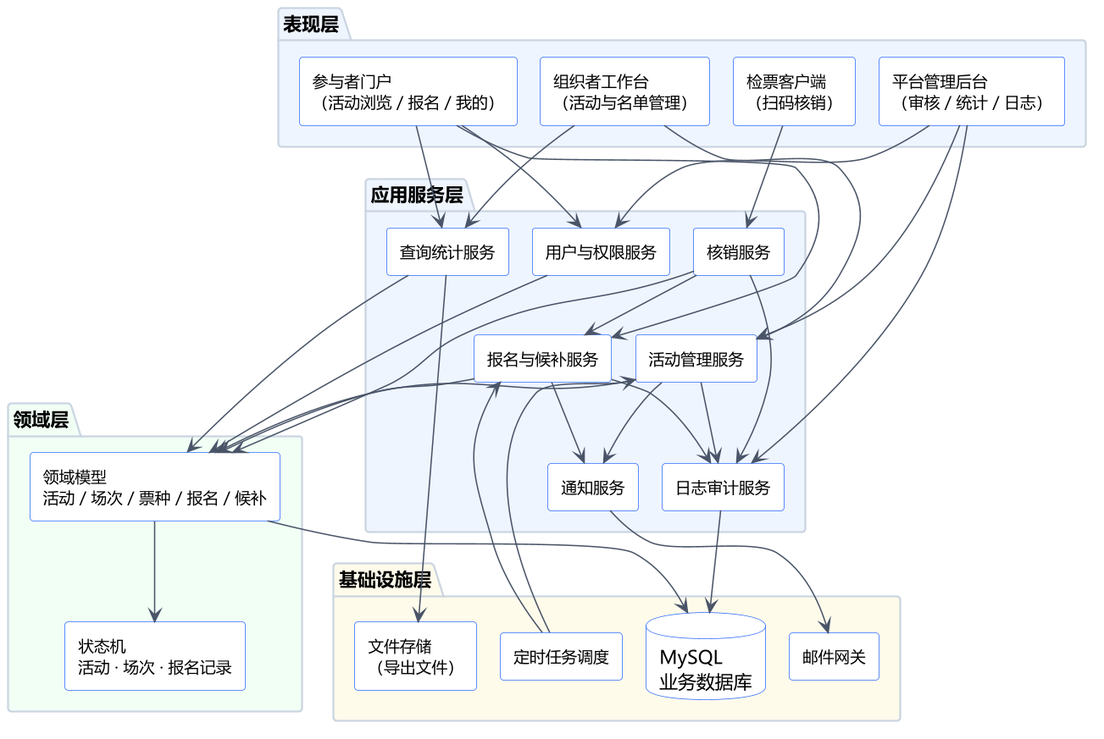
The PlantUML diagram lab2-软件设计与建模/UML/UML组件图.png in 2cyclyx/SE-labs, before a commit.
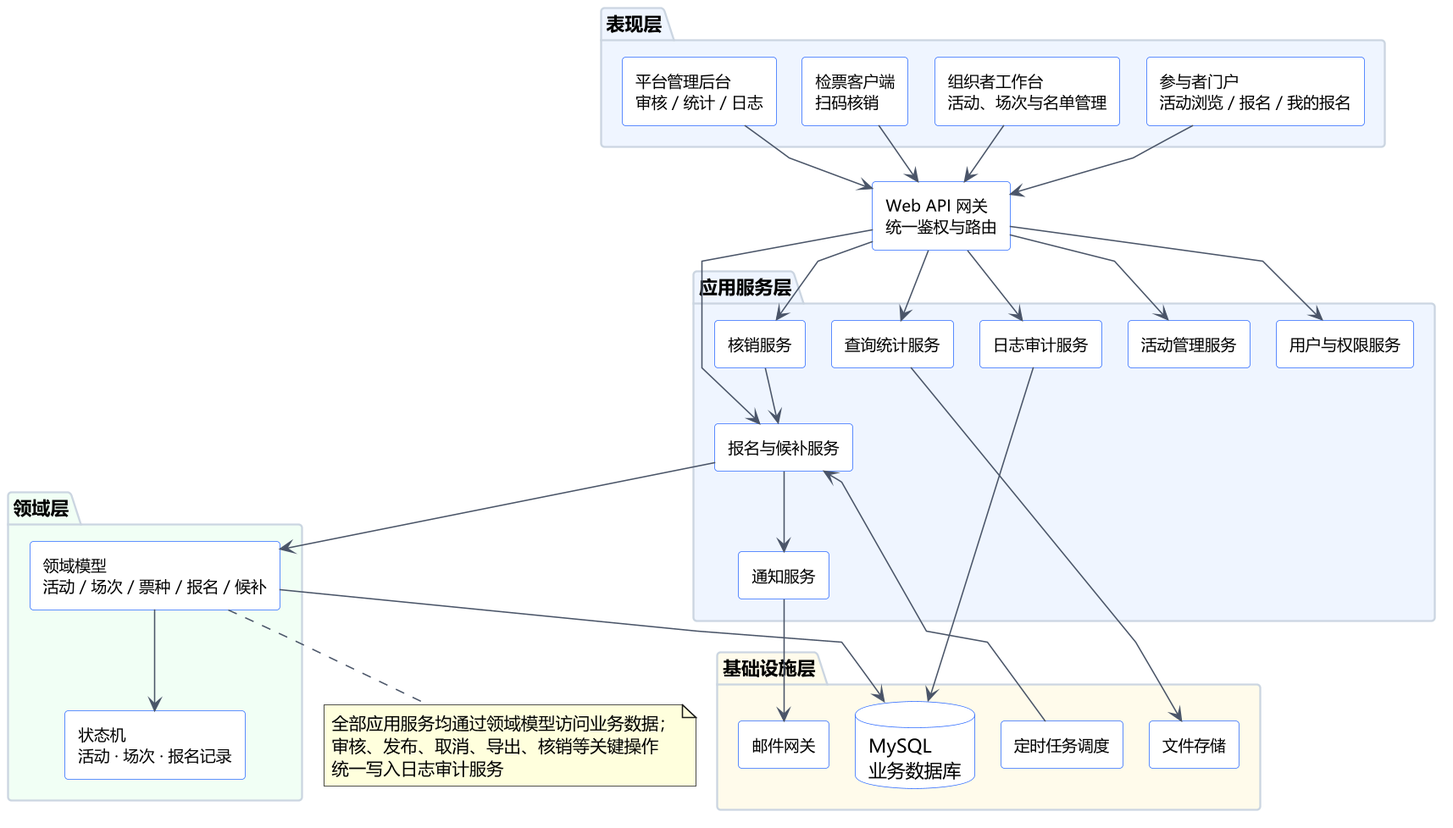
After the change.

Commit message:
fix(lab2): 人工审查第二轮——优化时序图生命线与组件图布局

Diff of the diagram source:
```diff
@@ -3,8 +3,8 @@
 skinparam dpi 150
 skinparam componentStyle rectangle
 skinparam shadowing false
-skinparam nodesep 18
-skinparam ranksep 45
+skinparam nodesep 20
+skinparam ranksep 42
 skinparam ArrowColor #4A5568
 skinparam component {
   BackgroundColor #FFFFFF
@@ -16,17 +16,20 @@
   BorderColor #CBD5E0
   FontSize 14
 }
+skinparam linetype polyline
 skinparam database {
   BackgroundColor #FFFFFF
   BorderColor #2F6BFF
 }
 
 package "表现层" #EEF4FF {
-  [参与者门户\n（活动浏览 / 报名 / 我的）] as Portal
-  [组织者工作台\n（活动与名单管理）] as OrgConsole
-  [检票客户端\n（扫码核销）] as VerifyConsole
-  [平台管理后台\n（审核 / 统计 / 日志）] as AdminConsole
+  [参与者门户\n活动浏览 / 报名 / 我的报名] as Portal
+  [组织者工作台\n活动、场次与名单管理] as OrgConsole
+  [检票客户端\n扫码核销] as VerifyConsole
+  [平台管理后台\n审核 / 统计 / 日志] as AdminConsole
 }
+
+[Web API 网关\n统一鉴权与路由] as Gateway
 
 package "应用服务层" #EEF4FF {
   [用户与权限服务] as AuthSvc
@@ -47,38 +50,36 @@
   database "MySQL\n业务数据库" as DB
   [邮件网关] as Mail
   [定时任务调度] as Scheduler
-  [文件存储\n（导出文件）] as Storage
+  [文件存储] as Storage
 }
 
-Portal --> AuthSvc
-Portal --> RegSvc
-Portal --> StatsSvc
-OrgConsole --> ActivitySvc
-OrgConsole --> StatsSvc
-VerifyConsole --> CheckInSvc
-AdminConsole --> ActivitySvc
-AdminConsole --> AuthSvc
-AdminConsole --> AuditSvc
+Portal --> Gateway
+OrgConsole --> Gateway
+VerifyConsole --> Gateway
+AdminConsole --> Gateway
+
+Gateway --> AuthSvc
+Gateway --> ActivitySvc
+Gateway --> RegSvc
+Gateway --> CheckInSvc
+Gateway --> StatsSvc
+Gateway --> AuditSvc
 
 RegSvc --> NotifySvc
 CheckInSvc --> RegSvc
-ActivitySvc --> NotifySvc
-RegSvc --> AuditSvc
-ActivitySvc --> AuditSvc
-CheckInSvc --> AuditSvc
-StatsSvc --> Storage
+RegSvc --> Domain
 
-AuthSvc --> Domain
-ActivitySvc --> Domain
-RegSvc --> Domain
-CheckInSvc --> Domain
-StatsSvc --> Domain
+note bottom of Domain
+  全部应用服务均通过领域模型访问业务数据；
+  审核、发布、取消、导出、核销等关键操作
+  统一写入日志审计服务
+end note
+
 Domain --> StateMachine
-
 Domain --> DB
 AuditSvc --> DB
 NotifySvc --> Mail
+StatsSvc --> Storage
 Scheduler --> RegSvc
-Scheduler --> ActivitySvc
 
 @enduml
```
